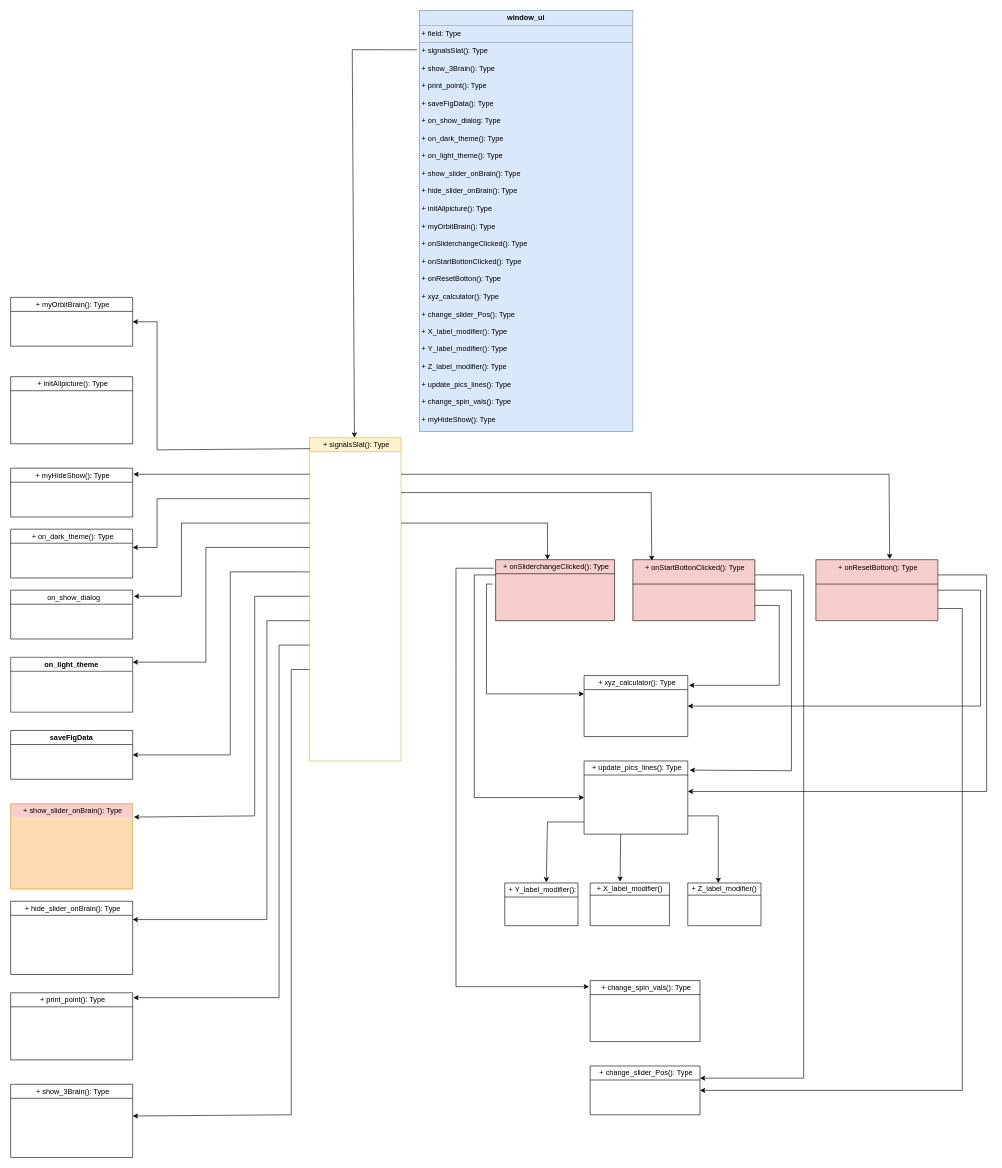
Before: project/Untitled Diagram.drawio Ncps.drawio in marrahseg/SegalNcps, a draw.io diagram. Source tidied: cells renumbered, new cells numbered last; positions are measured from the earlier drawing's top-left corner, leaving out a move shared by most shapes. Both pictures are drawn from the tidied source at 61%, with x=0, y=0 at pixel (10, 10).
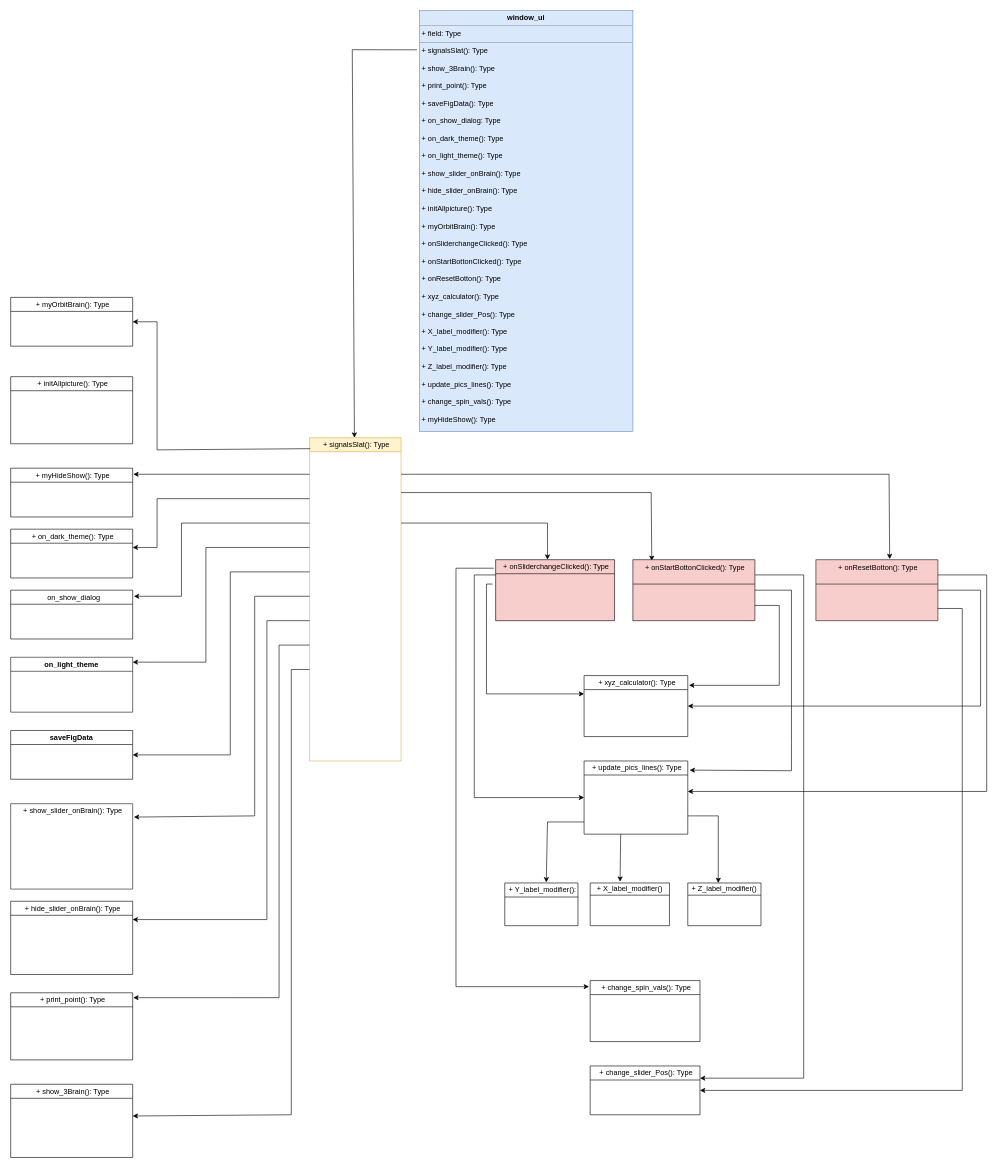
The same page after the edit.

What changed in the source:
```diff
@@
-    <mxCell id="9" value="&lt;br&gt;&lt;p style=&quot;border-color: var(--border-color); font-weight: 400; text-align: left; margin: 0px 0px 0px 4px;&quot;&gt;+&amp;nbsp;show_slider_onBrain(): Type&lt;/p&gt;&lt;div&gt;&lt;span style=&quot;border-color: var(--border-color); background-color: initial;&quot;&gt;&lt;br&gt;&lt;/span&gt;&lt;/div&gt;" style="swimlane;whiteSpace=wrap;html=1;fillColor=#F8CECC;strokeColor=#d79b00;swimlaneFillColor=#ffdbb3;shadow=0;rounded=0;glass=0;swimlaneLine=0;" parent="1" vertex="1" collapsed="1">
+    <mxCell id="9" value="&lt;br&gt;&lt;p style=&quot;border-color: var(--border-color); font-weight: 400; text-align: left; margin: 0px 0px 0px 4px;&quot;&gt;+&amp;nbsp;show_slider_onBrain(): Type&lt;/p&gt;&lt;div&gt;&lt;span style=&quot;border-color: var(--border-color); background-color: initial;&quot;&gt;&lt;br&gt;&lt;/span&gt;&lt;/div&gt;" style="swimlane;whiteSpace=wrap;html=1;fillColor=default;strokeColor=#1d1d1b;swimlaneFillColor=none;shadow=0;rounded=0;glass=0;swimlaneLine=0;" parent="1" vertex="1" collapsed="1">
       <mxGeometry y="1300" width="200" height="140" as="geometry" />
     </mxCell>
```
